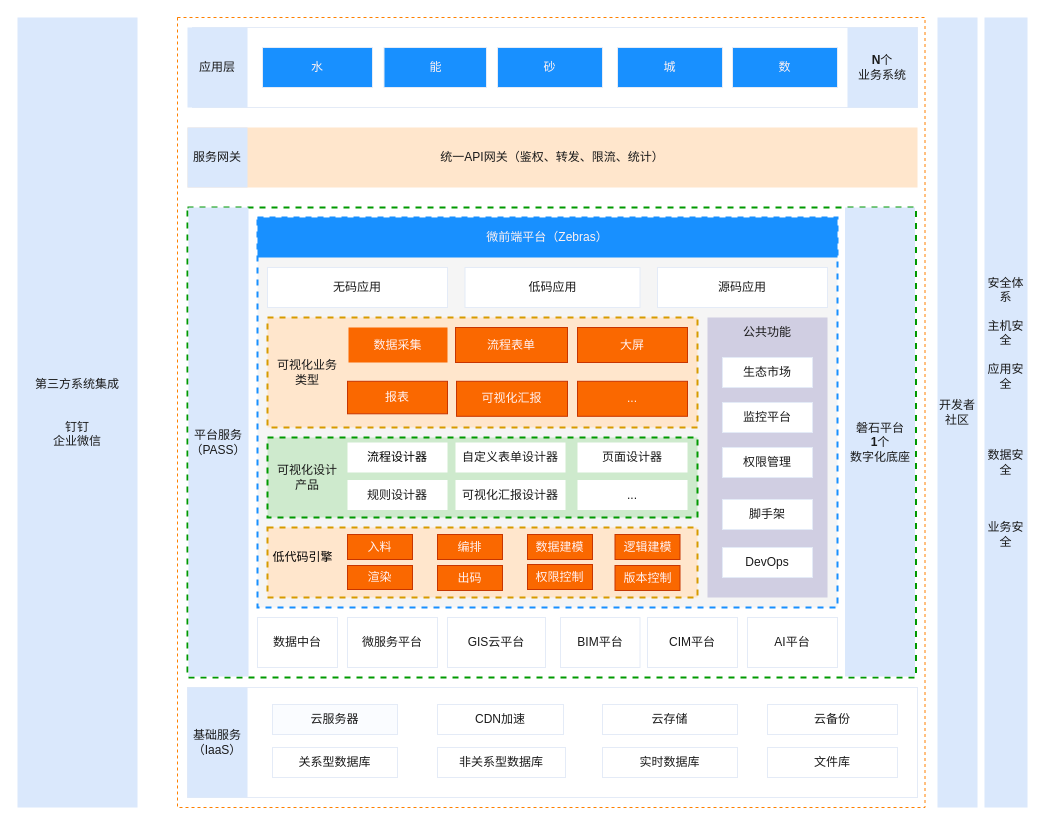
Before: 低代码——整体架构图.drawio in tangyaosimida/love, a draw.io diagram. Source tidied: cells renumbered, new cells numbered last; positions are measured from the earlier drawing's top-left corner, leaving out a move shared by most shapes. Both pictures are drawn from the tidied source at 100%, with x=0, y=0 at pixel (17, 17).
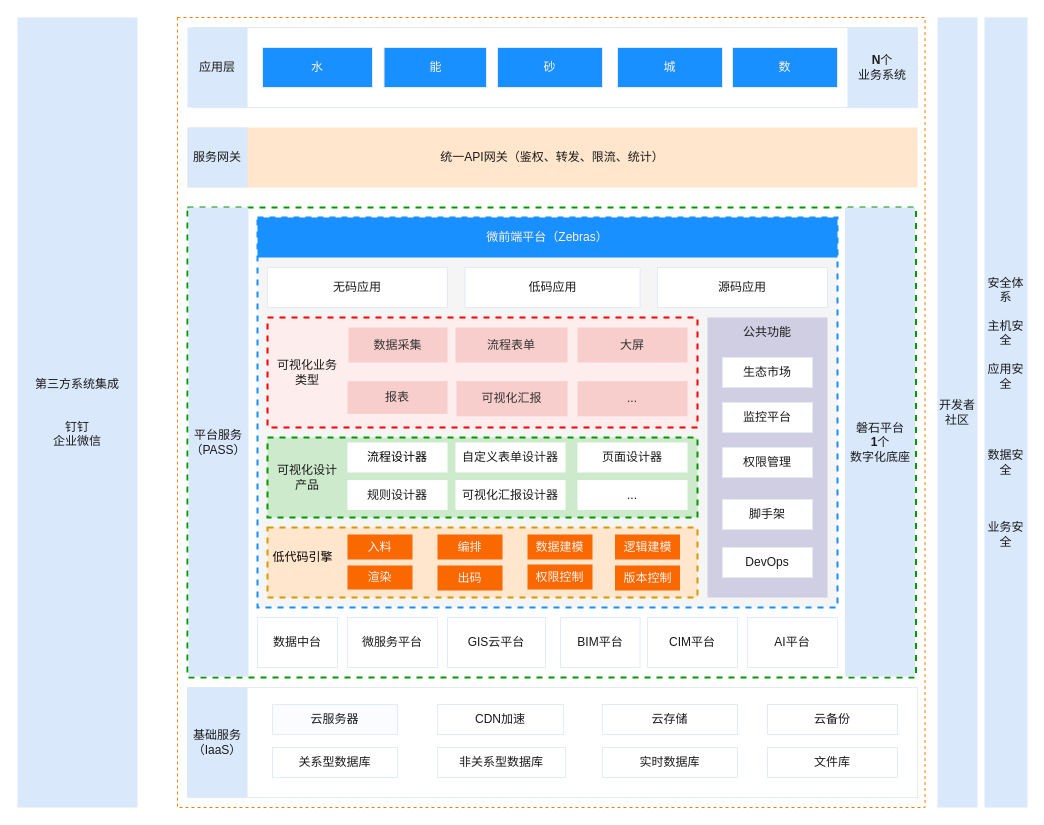
Above is the later version.

Commit message (it also covers changes not shown here):
更新低代码——整体架构图.drawio

What changed in the source:
```diff
@@
-    <mxCell id="38" style="rounded=0;whiteSpace=wrap;html=1;strokeColor=#D79B00;fillColor=#ffe6cc;strokeWidth=2;dashed=1;" parent="1" vertex="1">
+    <mxCell id="38" style="rounded=0;whiteSpace=wrap;html=1;strokeColor=#FF0000;fillColor=#FDEDED;strokeWidth=2;dashed=1;" parent="1" vertex="1">
       <mxGeometry x="250" y="300" width="430" height="110" as="geometry" />
     </mxCell>
@@
-    <mxCell id="44" value="入料" style="text;html=1;align=center;verticalAlign=middle;whiteSpace=wrap;rounded=0;strokeColor=#C73500;fillColor=#fa6800;fontColor=#FFF2F2;" parent="1" vertex="1">
+    <mxCell id="44" value="入料" style="text;html=1;align=center;verticalAlign=middle;whiteSpace=wrap;rounded=0;strokeColor=none;fillColor=#fa6800;fontColor=#FFF2F2;" parent="1" vertex="1">
       <mxGeometry x="330" y="517" width="65" height="25" as="geometry" />
     </mxCell>
-    <mxCell id="45" value="报表" style="rounded=0;whiteSpace=wrap;html=1;strokeColor=#C73500;fontColor=#FFF2F2;fillColor=#fa6800;" parent="1" vertex="1">
+    <mxCell id="45" value="报表" style="rounded=0;whiteSpace=wrap;html=1;strokeColor=none;fillColor=#f8cecc;fontColor=#333333;" parent="1" vertex="1">
       <mxGeometry x="330" y="363.8" width="100" height="32.5" as="geometry" />
     </mxCell>
-    <mxCell id="46" value="可视化汇报" style="rounded=0;whiteSpace=wrap;html=1;strokeColor=#C73500;fontColor=#FFF2F2;fillColor=#fa6800;" parent="1" vertex="1">
+    <mxCell id="46" value="可视化汇报" style="rounded=0;whiteSpace=wrap;html=1;strokeColor=none;fillColor=#f8cecc;fontColor=#333333;" parent="1" vertex="1">
       <mxGeometry x="439" y="363.8" width="111" height="35" as="geometry" />
     </mxCell>
-    <mxCell id="47" value="数据采集" style="rounded=0;whiteSpace=wrap;html=1;strokeColor=none;fontColor=#FFF2F2;fillColor=#fa6800;" parent="1" vertex="1">
+    <mxCell id="47" value="数据采集" style="rounded=0;whiteSpace=wrap;html=1;strokeColor=none;fillColor=#f8cecc;fontColor=#333333;" parent="1" vertex="1">
       <mxGeometry x="331" y="310" width="99" height="35" as="geometry" />
     </mxCell>
-    <mxCell id="48" value="流程表单" style="rounded=0;whiteSpace=wrap;html=1;strokeColor=#C73500;fontColor=#FFF2F2;fillColor=#fa6800;" parent="1" vertex="1">
+    <mxCell id="48" value="流程表单" style="rounded=0;whiteSpace=wrap;html=1;strokeColor=none;fillColor=#f8cecc;fontColor=#333333;" parent="1" vertex="1">
       <mxGeometry x="438" y="310" width="112" height="35" as="geometry" />
     </mxCell>
-    <mxCell id="49" value="大屏" style="rounded=0;whiteSpace=wrap;html=1;strokeColor=#C73500;fontColor=#FFF2F2;fillColor=#fa6800;" parent="1" vertex="1">
+    <mxCell id="49" value="大屏" style="rounded=0;whiteSpace=wrap;html=1;strokeColor=none;fillColor=#f8cecc;fontColor=#333333;" parent="1" vertex="1">
       <mxGeometry x="560" y="310" width="110" height="35" as="geometry" />
     </mxCell>
@@
-    <mxCell id="58" value="..." style="rounded=0;whiteSpace=wrap;html=1;strokeColor=#C73500;fontColor=#FFF2F2;fillColor=#fa6800;" parent="1" vertex="1">
+    <mxCell id="58" value="..." style="rounded=0;whiteSpace=wrap;html=1;strokeColor=none;fillColor=#f8cecc;fontColor=#333333;" parent="1" vertex="1">
       <mxGeometry x="560" y="363.8" width="110" height="35" as="geometry" />
     </mxCell>
@@
-    <mxCell id="65" value="渲染" style="text;html=1;align=center;verticalAlign=middle;whiteSpace=wrap;rounded=0;strokeColor=#C73500;fillColor=#fa6800;fontColor=#FFF2F2;" parent="1" vertex="1">
+    <mxCell id="65" value="渲染" style="text;html=1;align=center;verticalAlign=middle;whiteSpace=wrap;rounded=0;strokeColor=none;fillColor=#fa6800;fontColor=#FFF2F2;" parent="1" vertex="1">
       <mxGeometry x="330" y="548" width="65" height="24" as="geometry" />
     </mxCell>
-    <mxCell id="66" value="编排" style="text;html=1;align=center;verticalAlign=middle;whiteSpace=wrap;rounded=0;strokeColor=#C73500;fillColor=#fa6800;fontColor=#FFF2F2;" parent="1" vertex="1">
+    <mxCell id="66" value="编排" style="text;html=1;align=center;verticalAlign=middle;whiteSpace=wrap;rounded=0;strokeColor=none;fillColor=#fa6800;fontColor=#FFF2F2;" parent="1" vertex="1">
       <mxGeometry x="420" y="517" width="65" height="25" as="geometry" />
     </mxCell>
-    <mxCell id="67" value="出码" style="text;html=1;align=center;verticalAlign=middle;whiteSpace=wrap;rounded=0;strokeColor=#C73500;fillColor=#fa6800;fontColor=#FFF2F2;" parent="1" vertex="1">
+    <mxCell id="67" value="出码" style="text;html=1;align=center;verticalAlign=middle;whiteSpace=wrap;rounded=0;strokeColor=none;fillColor=#fa6800;fontColor=#FFF2F2;" parent="1" vertex="1">
       <mxGeometry x="420" y="548" width="65" height="25" as="geometry" />
     </mxCell>
-    <mxCell id="68" value="数据建模" style="text;html=1;align=center;verticalAlign=middle;whiteSpace=wrap;rounded=0;strokeColor=#C73500;fillColor=#fa6800;fontColor=#FFF2F2;" parent="1" vertex="1">
+    <mxCell id="68" value="数据建模" style="text;html=1;align=center;verticalAlign=middle;whiteSpace=wrap;rounded=0;strokeColor=none;fillColor=#fa6800;fontColor=#FFF2F2;" parent="1" vertex="1">
       <mxGeometry x="510" y="517" width="65" height="25" as="geometry" />
     </mxCell>
-    <mxCell id="69" value="逻辑建模" style="text;html=1;align=center;verticalAlign=middle;whiteSpace=wrap;rounded=0;strokeColor=#C73500;fillColor=#fa6800;fontColor=#FFF2F2;" parent="1" vertex="1">
+    <mxCell id="69" value="逻辑建模" style="text;html=1;align=center;verticalAlign=middle;whiteSpace=wrap;rounded=0;strokeColor=none;fillColor=#fa6800;fontColor=#FFF2F2;" parent="1" vertex="1">
       <mxGeometry x="597.5" y="517" width="65" height="25" as="geometry" />
     </mxCell>
-    <mxCell id="70" value="权限控制" style="text;html=1;align=center;verticalAlign=middle;whiteSpace=wrap;rounded=0;strokeColor=#C73500;fillColor=#fa6800;fontColor=#FFF2F2;" parent="1" vertex="1">
+    <mxCell id="70" value="权限控制" style="text;html=1;align=center;verticalAlign=middle;whiteSpace=wrap;rounded=0;strokeColor=none;fillColor=#fa6800;fontColor=#FFF2F2;" parent="1" vertex="1">
       <mxGeometry x="510" y="547" width="65" height="25" as="geometry" />
     </mxCell>
-    <mxCell id="71" value="版本控制" style="text;html=1;align=center;verticalAlign=middle;whiteSpace=wrap;rounded=0;strokeColor=#C73500;fillColor=#fa6800;fontColor=#FFF2F2;" parent="1" vertex="1">
+    <mxCell id="71" value="版本控制" style="text;html=1;align=center;verticalAlign=middle;whiteSpace=wrap;rounded=0;strokeColor=none;fillColor=#fa6800;fontColor=#FFF2F2;" parent="1" vertex="1">
       <mxGeometry x="597.5" y="548" width="65" height="25" as="geometry" />
     </mxCell>
```
